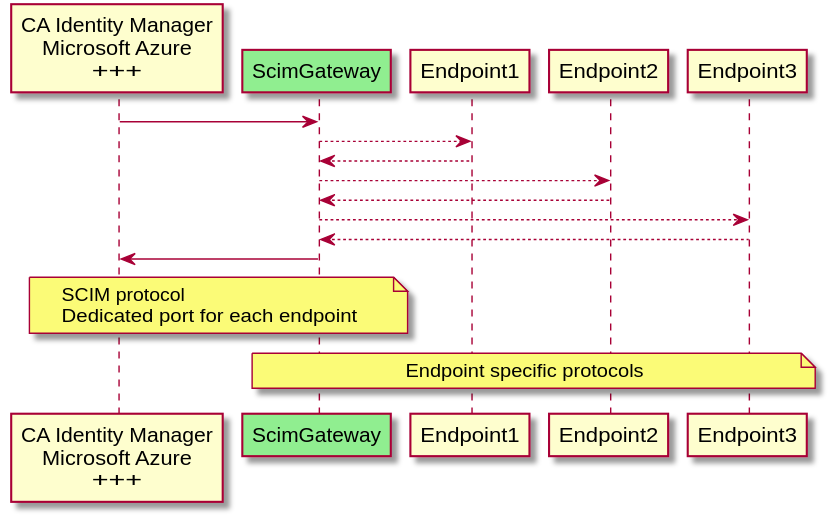
Above: images/ScimGateway.svg in jelhub/jelhub.github.io (PlantUML), before the change.
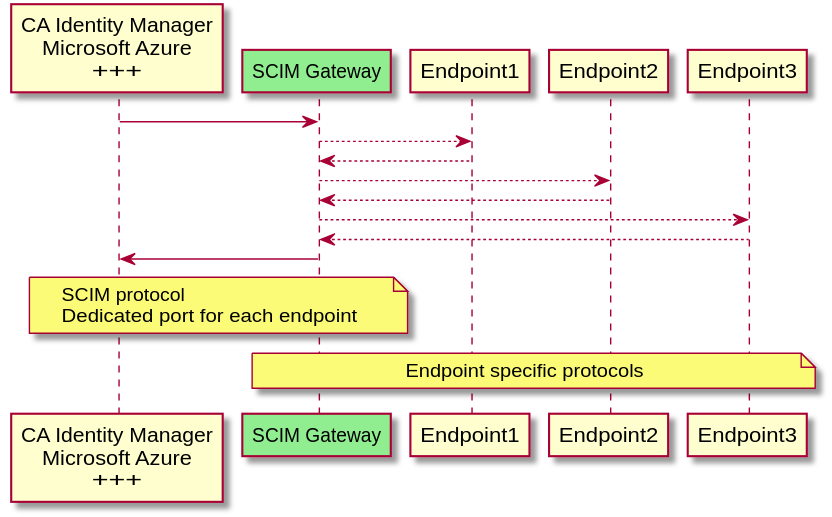
After the commit.

Diff of the diagram source:
```diff
@@ -1,14 +1,14 @@
 @startuml
 participant "CA Identity Manager\nMicrosoft Azure\n+++" as P
-participant ScimGateway #lightgreen
-P -> ScimGateway :
-ScimGateway --> Endpoint1:
-Endpoint1 --> ScimGateway:
-ScimGateway --> Endpoint2:
-Endpoint2 --> ScimGateway:
-ScimGateway --> Endpoint3:
-Endpoint3 --> ScimGateway:
-ScimGateway -> P
-Note over P,ScimGateway: SCIM protocol\nDedicated port for each endpoint
-Note over ScimGateway,Endpoint3: Endpoint specific protocols
+participant SCIM Gateway #lightgreen
+P -> SCIM Gateway :
+SCIM Gateway --> Endpoint1:
+Endpoint1 --> SCIM Gateway:
+SCIM Gateway --> Endpoint2:
+Endpoint2 --> SCIM Gateway:
+SCIM Gateway --> Endpoint3:
+Endpoint3 --> SCIM Gateway:
+SCIM Gateway -> P
+Note over P,SCIM Gateway: SCIM protocol\nDedicated port for each endpoint
+Note over SCIM Gateway,Endpoint3: Endpoint specific protocols
 @enduml
```
